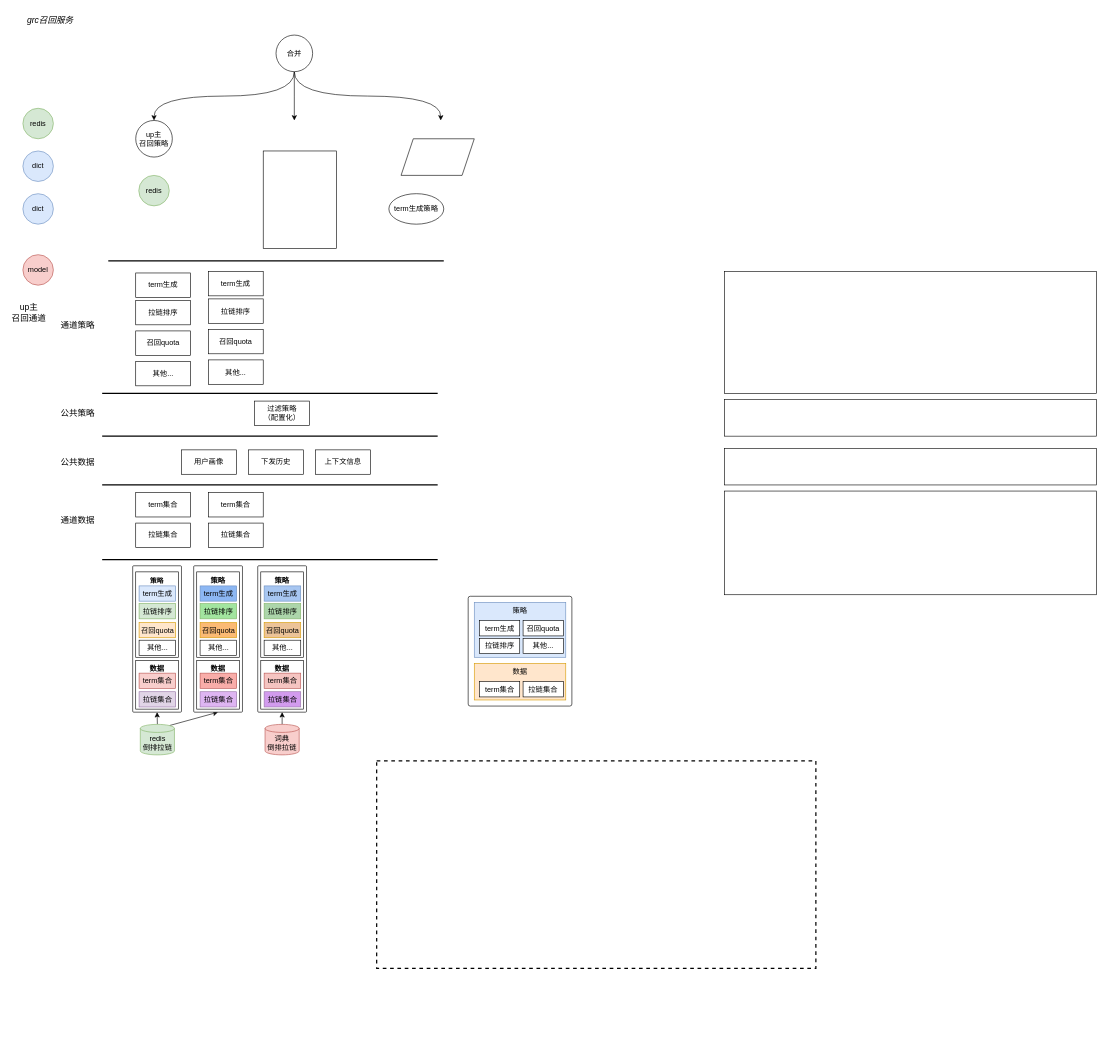
Above: page "单召回源通道框架" (1 of 2) of multi-source-recall.drawio in yantao006/draw_io (draw.io), before the change. Source tidied: cells renumbered, new cells numbered last; positions are measured from the earlier drawing's top-left corner, leaving out a move shared by most shapes. Both pictures are drawn from the tidied source at 61%, with x=0, y=0 at pixel (10, 10).
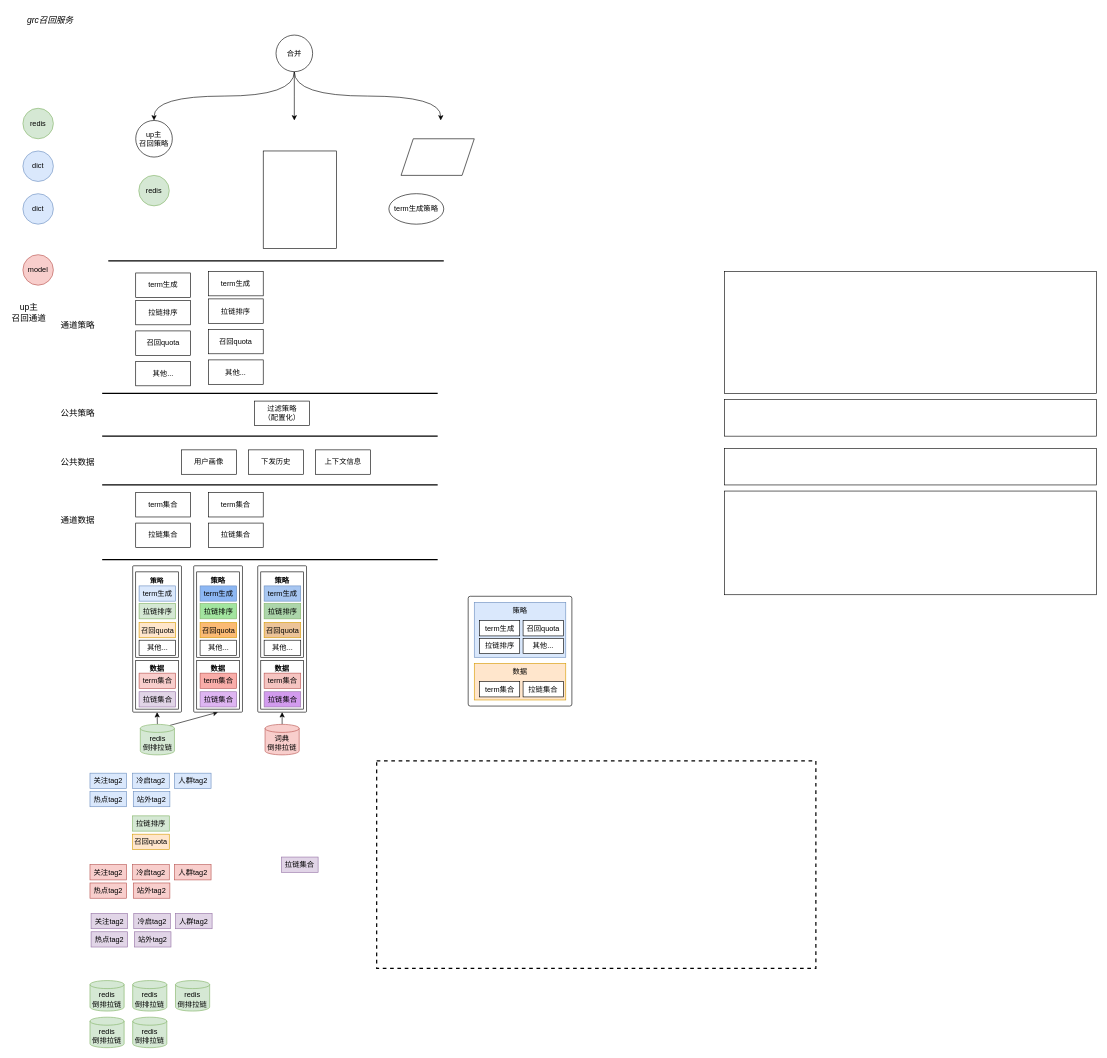
The same page after the edit.

Change to the diagram source:
```diff
@@
+    <mxCell id="91" value="关注tag2" style="rounded=0;whiteSpace=wrap;html=1;fillColor=#dae8fc;strokeColor=#6c8ebf;" parent="1" vertex="1">
+      <mxGeometry x="130" y="1250" width="60" height="25" as="geometry" />
+    </mxCell>
+    <mxCell id="92" value="冷启tag2" style="rounded=0;whiteSpace=wrap;html=1;fillColor=#dae8fc;strokeColor=#6c8ebf;" parent="1" vertex="1">
+      <mxGeometry x="200" y="1250" width="60" height="25" as="geometry" />
+    </mxCell>
+    <mxCell id="93" value="人群tag2" style="rounded=0;whiteSpace=wrap;html=1;fillColor=#dae8fc;strokeColor=#6c8ebf;" parent="1" vertex="1">
+      <mxGeometry x="268.5" y="1250" width="60" height="25" as="geometry" />
+    </mxCell>
+    <mxCell id="94" value="热点tag2" style="rounded=0;whiteSpace=wrap;html=1;fillColor=#dae8fc;strokeColor=#6c8ebf;" parent="1" vertex="1">
+      <mxGeometry x="130" y="1280" width="60" height="25" as="geometry" />
+    </mxCell>
+    <mxCell id="95" value="站外tag2" style="rounded=0;whiteSpace=wrap;html=1;fillColor=#dae8fc;strokeColor=#6c8ebf;" parent="1" vertex="1">
+      <mxGeometry x="201" y="1280" width="60" height="25" as="geometry" />
+    </mxCell>
+    <mxCell id="96" value="拉链排序" style="rounded=0;whiteSpace=wrap;html=1;fillColor=#d5e8d4;strokeColor=#82b366;" parent="1" vertex="1">
+      <mxGeometry x="200" y="1320" width="60" height="25" as="geometry" />
+    </mxCell>
+    <mxCell id="97" value="召回quota" style="rounded=0;whiteSpace=wrap;html=1;fillColor=#ffe6cc;strokeColor=#d79b00;" parent="1" vertex="1">
+      <mxGeometry x="200" y="1350" width="60" height="25" as="geometry" />
+    </mxCell>
+    <mxCell id="98" value="关注tag2" style="rounded=0;whiteSpace=wrap;html=1;fillColor=#f8cecc;strokeColor=#b85450;" parent="1" vertex="1">
+      <mxGeometry x="130" y="1400" width="60" height="25" as="geometry" />
+    </mxCell>
+    <mxCell id="99" value="冷启tag2" style="rounded=0;whiteSpace=wrap;html=1;fillColor=#f8cecc;strokeColor=#b85450;" parent="1" vertex="1">
+      <mxGeometry x="200" y="1400" width="60" height="25" as="geometry" />
+    </mxCell>
+    <mxCell id="100" value="人群tag2" style="rounded=0;whiteSpace=wrap;html=1;fillColor=#f8cecc;strokeColor=#b85450;" parent="1" vertex="1">
+      <mxGeometry x="268.5" y="1400" width="60" height="25" as="geometry" />
+    </mxCell>
+    <mxCell id="101" value="热点tag2" style="rounded=0;whiteSpace=wrap;html=1;fillColor=#f8cecc;strokeColor=#b85450;" parent="1" vertex="1">
+      <mxGeometry x="130" y="1430" width="60" height="25" as="geometry" />
+    </mxCell>
+    <mxCell id="102" value="站外tag2" style="rounded=0;whiteSpace=wrap;html=1;fillColor=#f8cecc;strokeColor=#b85450;" parent="1" vertex="1">
+      <mxGeometry x="201" y="1430" width="60" height="25" as="geometry" />
+    </mxCell>
+    <mxCell id="103" value="拉链集合" style="rounded=0;whiteSpace=wrap;html=1;fillColor=#e1d5e7;strokeColor=#9673a6;" parent="1" vertex="1">
+      <mxGeometry x="444" y="1387.5" width="60" height="25" as="geometry" />
+    </mxCell>
+    <mxCell id="104" value="关注tag2" style="rounded=0;whiteSpace=wrap;html=1;fillColor=#e1d5e7;strokeColor=#9673a6;" parent="1" vertex="1">
+      <mxGeometry x="131.8" y="1480" width="60" height="25" as="geometry" />
+    </mxCell>
+    <mxCell id="105" value="冷启tag2" style="rounded=0;whiteSpace=wrap;html=1;fillColor=#e1d5e7;strokeColor=#9673a6;" parent="1" vertex="1">
+      <mxGeometry x="201.8" y="1480" width="60" height="25" as="geometry" />
+    </mxCell>
+    <mxCell id="106" value="人群tag2" style="rounded=0;whiteSpace=wrap;html=1;fillColor=#e1d5e7;strokeColor=#9673a6;" parent="1" vertex="1">
+      <mxGeometry x="270.2" y="1480" width="60" height="25" as="geometry" />
+    </mxCell>
+    <mxCell id="107" value="热点tag2" style="rounded=0;whiteSpace=wrap;html=1;fillColor=#e1d5e7;strokeColor=#9673a6;" parent="1" vertex="1">
+      <mxGeometry x="131.8" y="1510" width="60" height="25" as="geometry" />
+    </mxCell>
+    <mxCell id="108" value="站外tag2" style="rounded=0;whiteSpace=wrap;html=1;fillColor=#e1d5e7;strokeColor=#9673a6;" parent="1" vertex="1">
+      <mxGeometry x="202.8" y="1510" width="60" height="25" as="geometry" />
+    </mxCell>
+    <mxCell id="109" value="redis&lt;div&gt;&lt;span style=&quot;background-color: initial;&quot;&gt;倒排拉链&lt;/span&gt;&lt;/div&gt;" style="shape=cylinder3;whiteSpace=wrap;html=1;boundedLbl=1;backgroundOutline=1;size=6.583333333333485;fillColor=#d5e8d4;strokeColor=#82b366;" parent="1" vertex="1">
+      <mxGeometry x="130" y="1590" width="56" height="50" as="geometry" />
+    </mxCell>
+    <mxCell id="110" value="redis&lt;div&gt;&lt;span style=&quot;background-color: initial;&quot;&gt;倒排拉链&lt;/span&gt;&lt;/div&gt;" style="shape=cylinder3;whiteSpace=wrap;html=1;boundedLbl=1;backgroundOutline=1;size=6.583333333333485;fillColor=#d5e8d4;strokeColor=#82b366;" parent="1" vertex="1">
+      <mxGeometry x="200" y="1590" width="56" height="50" as="geometry" />
+    </mxCell>
+    <mxCell id="111" value="redis&lt;div&gt;&lt;span style=&quot;background-color: initial;&quot;&gt;倒排拉链&lt;/span&gt;&lt;/div&gt;" style="shape=cylinder3;whiteSpace=wrap;html=1;boundedLbl=1;backgroundOutline=1;size=6.583333333333485;fillColor=#d5e8d4;strokeColor=#82b366;" parent="1" vertex="1">
+      <mxGeometry x="270.2" y="1590" width="56" height="50" as="geometry" />
+    </mxCell>
+    <mxCell id="112" value="redis&lt;div&gt;&lt;span style=&quot;background-color: initial;&quot;&gt;倒排拉链&lt;/span&gt;&lt;/div&gt;" style="shape=cylinder3;whiteSpace=wrap;html=1;boundedLbl=1;backgroundOutline=1;size=6.583333333333485;fillColor=#d5e8d4;strokeColor=#82b366;" parent="1" vertex="1">
+      <mxGeometry x="130" y="1650" width="56" height="50" as="geometry" />
+    </mxCell>
+    <mxCell id="113" value="redis&lt;div&gt;&lt;span style=&quot;background-color: initial;&quot;&gt;倒排拉链&lt;/span&gt;&lt;/div&gt;" style="shape=cylinder3;whiteSpace=wrap;html=1;boundedLbl=1;backgroundOutline=1;size=6.583333333333485;fillColor=#d5e8d4;strokeColor=#82b366;" parent="1" vertex="1">
+      <mxGeometry x="200" y="1650" width="56" height="50" as="geometry" />
+    </mxCell>
```
